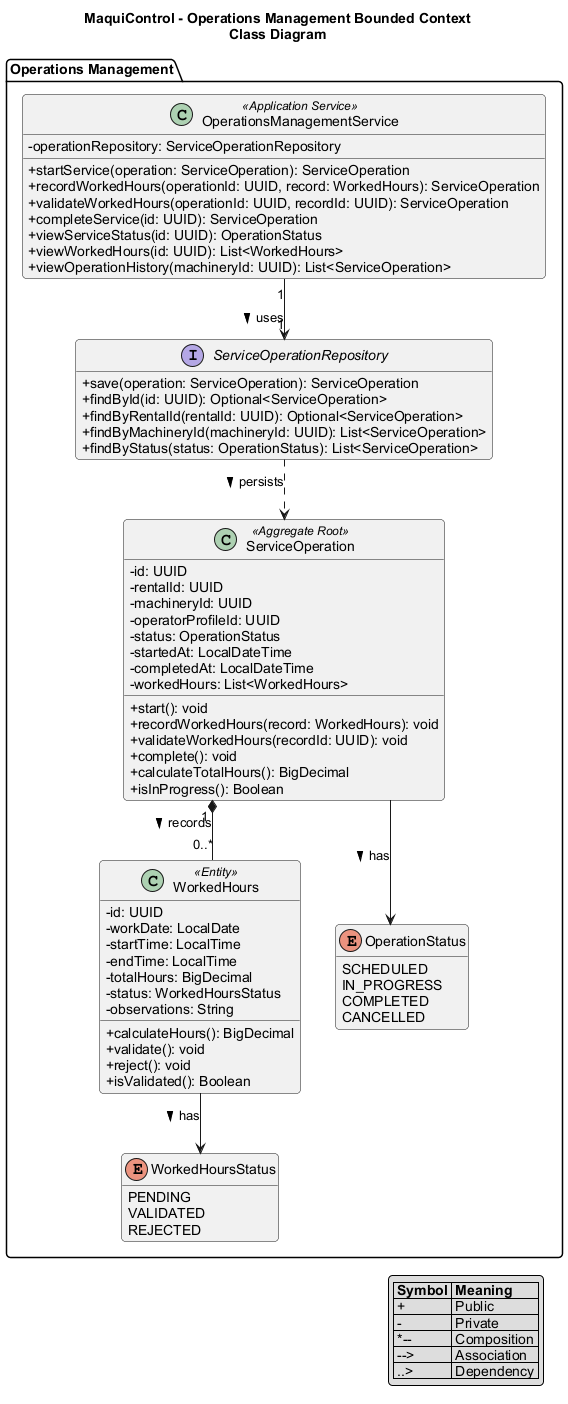
AndesHeavyTech/MaquiControl keeps this PlantUML diagram as assets/operations-management-class-diagram.png. Above is the earlier version. Source of this version:
```plantuml
@startuml
title MaquiControl - Operations Management Bounded Context\nClass Diagram

skinparam classAttributeIconSize 0
skinparam shadowing false
skinparam roundcorner 8
skinparam defaultFontName Arial
skinparam linetype ortho
hide empty members

package "Operations Management" {

  class ServiceOperation <<Aggregate Root>> {
    - id: UUID
    - rentalId: UUID
    - machineryId: UUID
    - operatorProfileId: UUID
    - status: OperationStatus
    - startedAt: LocalDateTime
    - completedAt: LocalDateTime
    - workedHours: List<WorkedHours>
    + start(): void
    + recordWorkedHours(record: WorkedHours): void
    + validateWorkedHours(recordId: UUID): void
    + complete(): void
    + calculateTotalHours(): BigDecimal
    + isInProgress(): Boolean
  }

  class WorkedHours <<Entity>> {
    - id: UUID
    - workDate: LocalDate
    - startTime: LocalTime
    - endTime: LocalTime
    - totalHours: BigDecimal
    - status: WorkedHoursStatus
    - observations: String
    + calculateHours(): BigDecimal
    + validate(): void
    + reject(): void
    + isValidated(): Boolean
  }

  enum OperationStatus {
    SCHEDULED
    IN_PROGRESS
    COMPLETED
    CANCELLED
  }

  enum WorkedHoursStatus {
    PENDING
    VALIDATED
    REJECTED
  }

  interface ServiceOperationRepository {
    + save(operation: ServiceOperation): ServiceOperation
    + findById(id: UUID): Optional<ServiceOperation>
    + findByRentalId(rentalId: UUID): Optional<ServiceOperation>
    + findByMachineryId(machineryId: UUID): List<ServiceOperation>
    + findByStatus(status: OperationStatus): List<ServiceOperation>
  }

  class OperationsManagementService <<Application Service>> {
    - operationRepository: ServiceOperationRepository
    + startService(operation: ServiceOperation): ServiceOperation
    + recordWorkedHours(operationId: UUID, record: WorkedHours): ServiceOperation
    + validateWorkedHours(operationId: UUID, recordId: UUID): ServiceOperation
    + completeService(id: UUID): ServiceOperation
    + viewServiceStatus(id: UUID): OperationStatus
    + viewWorkedHours(id: UUID): List<WorkedHours>
    + viewOperationHistory(machineryId: UUID): List<ServiceOperation>
  }
}

ServiceOperation "1" *-- "0..*" WorkedHours : records >
ServiceOperation --> OperationStatus : has >
WorkedHours --> WorkedHoursStatus : has >
OperationsManagementService "1" --> "1" ServiceOperationRepository : uses >
ServiceOperationRepository ..> ServiceOperation : persists >

legend right
  |= Symbol |= Meaning |
  | + | Public |
  | - | Private |
  | *-- | Composition |
  | --> | Association |
  | ..> | Dependency |
endlegend

@enduml
```
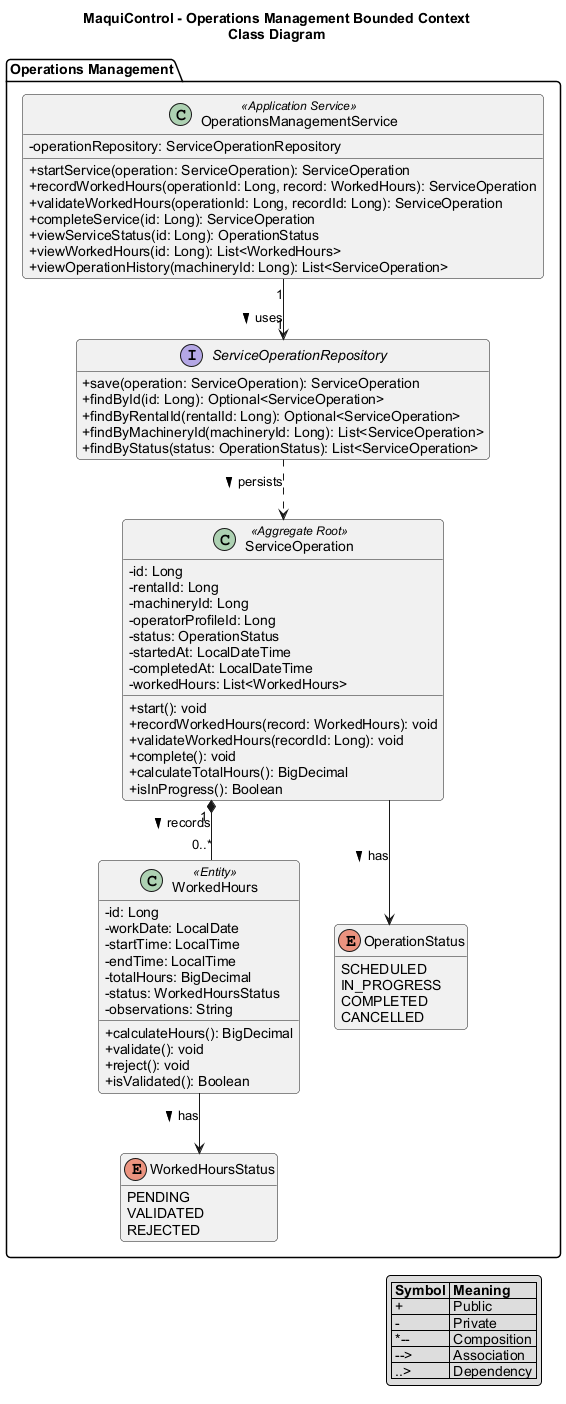
Later version of the same file.

The edit, as a diff of the source:
```diff
@@ -11,24 +11,24 @@
 package "Operations Management" {
 
   class ServiceOperation <<Aggregate Root>> {
-    - id: UUID
-    - rentalId: UUID
-    - machineryId: UUID
-    - operatorProfileId: UUID
+    - id: Long
+    - rentalId: Long
+    - machineryId: Long
+    - operatorProfileId: Long
     - status: OperationStatus
     - startedAt: LocalDateTime
     - completedAt: LocalDateTime
     - workedHours: List<WorkedHours>
     + start(): void
     + recordWorkedHours(record: WorkedHours): void
-    + validateWorkedHours(recordId: UUID): void
+    + validateWorkedHours(recordId: Long): void
     + complete(): void
     + calculateTotalHours(): BigDecimal
     + isInProgress(): Boolean
   }
 
   class WorkedHours <<Entity>> {
-    - id: UUID
+    - id: Long
     - workDate: LocalDate
     - startTime: LocalTime
     - endTime: LocalTime
@@ -56,21 +56,21 @@
 
   interface ServiceOperationRepository {
     + save(operation: ServiceOperation): ServiceOperation
-    + findById(id: UUID): Optional<ServiceOperation>
-    + findByRentalId(rentalId: UUID): Optional<ServiceOperation>
-    + findByMachineryId(machineryId: UUID): List<ServiceOperation>
+    + findById(id: Long): Optional<ServiceOperation>
+    + findByRentalId(rentalId: Long): Optional<ServiceOperation>
+    + findByMachineryId(machineryId: Long): List<ServiceOperation>
     + findByStatus(status: OperationStatus): List<ServiceOperation>
   }
 
   class OperationsManagementService <<Application Service>> {
     - operationRepository: ServiceOperationRepository
     + startService(operation: ServiceOperation): ServiceOperation
-    + recordWorkedHours(operationId: UUID, record: WorkedHours): ServiceOperation
-    + validateWorkedHours(operationId: UUID, recordId: UUID): ServiceOperation
-    + completeService(id: UUID): ServiceOperation
-    + viewServiceStatus(id: UUID): OperationStatus
-    + viewWorkedHours(id: UUID): List<WorkedHours>
-    + viewOperationHistory(machineryId: UUID): List<ServiceOperation>
+    + recordWorkedHours(operationId: Long, record: WorkedHours): ServiceOperation
+    + validateWorkedHours(operationId: Long, recordId: Long): ServiceOperation
+    + completeService(id: Long): ServiceOperation
+    + viewServiceStatus(id: Long): OperationStatus
+    + viewWorkedHours(id: Long): List<WorkedHours>
+    + viewOperationHistory(machineryId: Long): List<ServiceOperation>
   }
 }
 
```
